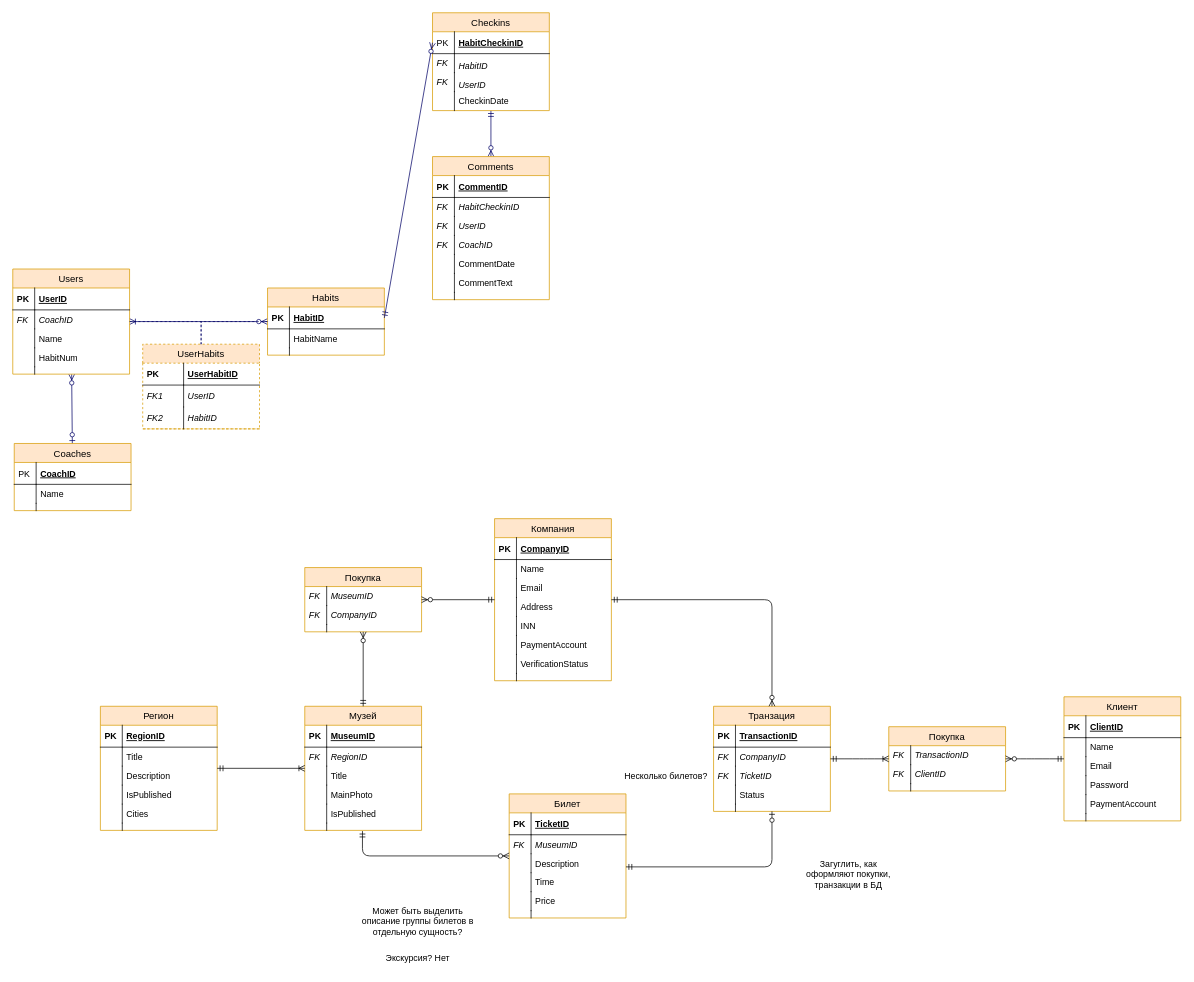
Earlier version of the draw.io diagram LogicalModel.drawio (romanovsavelij/DatabaseCoursePractice). Source tidied: cells renumbered, new cells numbered last; positions are measured from the earlier drawing's top-left corner, leaving out a move shared by most shapes. Both pictures are drawn from the tidied source at 73%, with x=0, y=0 at pixel (12, 12).
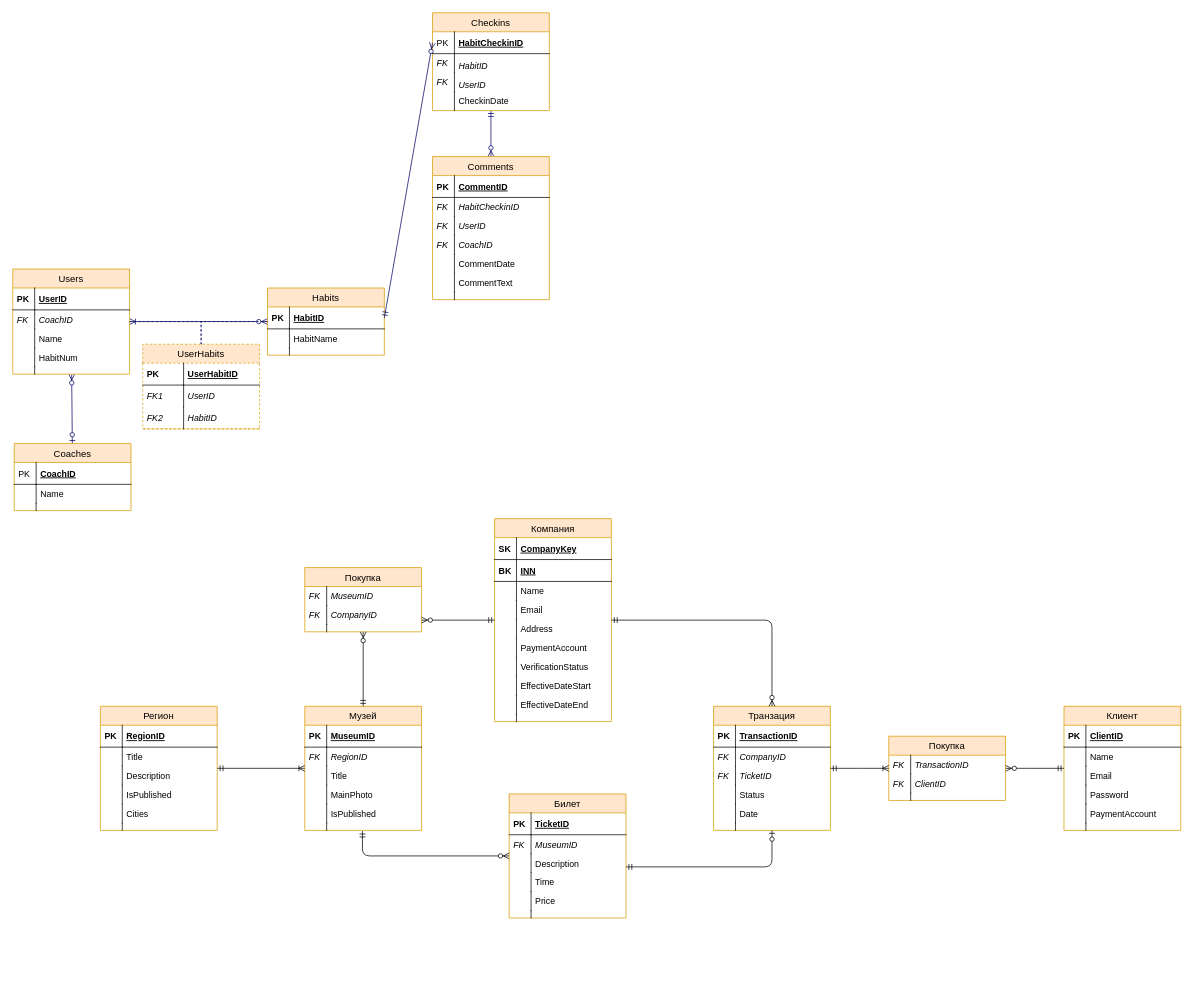
After the change.

What changed in the source:
```diff
@@
     <mxCell id="105" value="Компания" style="swimlane;fontStyle=0;horizontal=1;startSize=26;fillColor=#ffe6cc;swimlaneFillColor=#ffffff;align=center;strokeWidth=1;fontSize=13;strokeColor=#d79b00;" parent="1" vertex="1">
-      <mxGeometry x="660" y="693" width="160" height="222" as="geometry" />
+      <mxGeometry x="660" y="693" width="160" height="278" as="geometry" />
     </mxCell>
+    <mxCell id="171" value="CompanyKey" style="shape=partialRectangle;top=0;left=0;right=0;bottom=1;align=left;verticalAlign=middle;fillColor=none;spacingLeft=34;spacingRight=4;overflow=hidden;fontStyle=5;" parent="105" vertex="1">
+      <mxGeometry y="26" width="160" height="30" as="geometry" />
+    </mxCell>
+    <mxCell id="172" value="SK" style="shape=partialRectangle;top=0;left=0;bottom=0;fillColor=none;align=left;verticalAlign=middle;spacingLeft=4;spacingRight=4;overflow=hidden;fontStyle=1;" parent="171" vertex="1">
+      <mxGeometry width="30" height="30" as="geometry" />
+    </mxCell>
-    <mxCell id="106" value="CompanyID" style="shape=partialRectangle;top=0;left=0;right=0;bottom=1;align=left;verticalAlign=middle;fillColor=none;spacingLeft=34;spacingRight=4;overflow=hidden;fontStyle=5;" parent="105" vertex="1">
-      <mxGeometry y="26" width="160" height="30" as="geometry" />
+    <mxCell id="106" value="INN" style="shape=partialRectangle;top=0;left=0;right=0;bottom=1;align=left;verticalAlign=middle;fillColor=none;spacingLeft=34;spacingRight=4;overflow=hidden;fontStyle=5;" parent="105" vertex="1">
+      <mxGeometry y="56" width="160" height="30" as="geometry" />
     </mxCell>
-    <mxCell id="107" value="PK" style="shape=partialRectangle;top=0;left=0;bottom=0;fillColor=none;align=left;verticalAlign=middle;spacingLeft=4;spacingRight=4;overflow=hidden;fontStyle=1;" parent="106" vertex="1">
+    <mxCell id="107" value="BK" style="shape=partialRectangle;top=0;left=0;bottom=0;fillColor=none;align=left;verticalAlign=middle;spacingLeft=4;spacingRight=4;overflow=hidden;fontStyle=1;" parent="106" vertex="1">
       <mxGeometry width="30" height="30" as="geometry" />
     </mxCell>
     <mxCell id="108" value="Name" style="shape=partialRectangle;top=0;left=0;right=0;bottom=0;align=left;verticalAlign=top;fillColor=none;spacingLeft=34;spacingRight=4;overflow=hidden;" parent="105" vertex="1">
-      <mxGeometry y="56" width="160" height="26" as="geometry" />
+      <mxGeometry y="86" width="160" height="26" as="geometry" />
     </mxCell>
@@
     <mxCell id="110" value="Email" style="shape=partialRectangle;top=0;left=0;right=0;bottom=0;align=left;verticalAlign=top;fillColor=none;spacingLeft=34;spacingRight=4;overflow=hidden;" parent="105" vertex="1">
-      <mxGeometry y="82" width="160" height="26" as="geometry" />
+      <mxGeometry y="112" width="160" height="26" as="geometry" />
     </mxCell>
@@
     <mxCell id="112" value="Address" style="shape=partialRectangle;top=0;left=0;right=0;bottom=0;align=left;verticalAlign=top;fillColor=none;spacingLeft=34;spacingRight=4;overflow=hidden;" parent="105" vertex="1">
-      <mxGeometry y="108" width="160" height="26" as="geometry" />
+      <mxGeometry y="138" width="160" height="26" as="geometry" />
     </mxCell>
@@
-    <mxCell id="114" value="INN" style="shape=partialRectangle;top=0;left=0;right=0;bottom=0;align=left;verticalAlign=top;fillColor=none;spacingLeft=34;spacingRight=4;overflow=hidden;" parent="105" vertex="1">
-      <mxGeometry y="134" width="160" height="26" as="geometry" />
-    </mxCell>
-    <mxCell id="115" style="shape=partialRectangle;top=0;left=0;bottom=0;fillColor=none;align=left;verticalAlign=top;spacingLeft=4;spacingRight=4;overflow=hidden;" parent="114" vertex="1">
-      <mxGeometry width="30" height="26" as="geometry" />
-    </mxCell>
     <mxCell id="116" value="PaymentAccount" style="shape=partialRectangle;top=0;left=0;right=0;bottom=0;align=left;verticalAlign=top;fillColor=none;spacingLeft=34;spacingRight=4;overflow=hidden;" parent="105" vertex="1">
-      <mxGeometry y="160" width="160" height="26" as="geometry" />
+      <mxGeometry y="164" width="160" height="26" as="geometry" />
     </mxCell>
@@
     <mxCell id="118" value="VerificationStatus" style="shape=partialRectangle;top=0;left=0;right=0;bottom=0;align=left;verticalAlign=top;fillColor=none;spacingLeft=34;spacingRight=4;overflow=hidden;" parent="105" vertex="1">
-      <mxGeometry y="186" width="160" height="26" as="geometry" />
+      <mxGeometry y="190" width="160" height="26" as="geometry" />
     </mxCell>
@@
+    <mxCell id="173" value="EffectiveDateStart" style="shape=partialRectangle;top=0;left=0;right=0;bottom=0;align=left;verticalAlign=top;fillColor=none;spacingLeft=34;spacingRight=4;overflow=hidden;" parent="105" vertex="1">
+      <mxGeometry y="216" width="160" height="26" as="geometry" />
+    </mxCell>
+    <mxCell id="174" style="shape=partialRectangle;top=0;left=0;bottom=0;fillColor=none;align=left;verticalAlign=top;spacingLeft=4;spacingRight=4;overflow=hidden;" parent="173" vertex="1">
+      <mxGeometry width="30" height="26" as="geometry" />
+    </mxCell>
+    <mxCell id="175" value="EffectiveDateEnd" style="shape=partialRectangle;top=0;left=0;right=0;bottom=0;align=left;verticalAlign=top;fillColor=none;spacingLeft=34;spacingRight=4;overflow=hidden;" parent="105" vertex="1">
+      <mxGeometry y="242" width="160" height="26" as="geometry" />
+    </mxCell>
+    <mxCell id="176" style="shape=partialRectangle;top=0;left=0;bottom=0;fillColor=none;align=left;verticalAlign=top;spacingLeft=4;spacingRight=4;overflow=hidden;" parent="175" vertex="1">
+      <mxGeometry width="30" height="26" as="geometry" />
+    </mxCell>
     <mxCell id="120" style="shape=partialRectangle;top=0;left=0;right=0;bottom=0;align=left;verticalAlign=top;fillColor=none;spacingLeft=34;spacingRight=4;overflow=hidden;" parent="105" vertex="1">
-      <mxGeometry y="212" width="160" height="10" as="geometry" />
+      <mxGeometry y="268" width="160" height="10" as="geometry" />
     </mxCell>
@@
     <mxCell id="122" value="Транзация" style="swimlane;fontStyle=0;horizontal=1;startSize=26;fillColor=#ffe6cc;swimlaneFillColor=#ffffff;align=center;strokeWidth=1;fontSize=13;strokeColor=#d79b00;" parent="1" vertex="1">
-      <mxGeometry x="960" y="950" width="160" height="144" as="geometry" />
+      <mxGeometry x="960" y="950" width="160" height="170" as="geometry" />
     </mxCell>
@@
+    <mxCell id="177" value="Date" style="shape=partialRectangle;top=0;left=0;right=0;bottom=0;align=left;verticalAlign=top;fillColor=none;spacingLeft=34;spacingRight=4;overflow=hidden;" parent="122" vertex="1">
+      <mxGeometry y="134" width="160" height="26" as="geometry" />
+    </mxCell>
+    <mxCell id="178" style="shape=partialRectangle;top=0;left=0;bottom=0;fillColor=none;align=left;verticalAlign=top;spacingLeft=4;spacingRight=4;overflow=hidden;" parent="177" vertex="1">
+      <mxGeometry width="30" height="26" as="geometry" />
+    </mxCell>
     <mxCell id="131" style="shape=partialRectangle;top=0;left=0;right=0;bottom=0;align=left;verticalAlign=top;fillColor=none;spacingLeft=34;spacingRight=4;overflow=hidden;" parent="122" vertex="1">
-      <mxGeometry y="134" width="160" height="10" as="geometry" />
+      <mxGeometry y="160" width="160" height="10" as="geometry" />
     </mxCell>
@@
     <mxCell id="133" value="Клиент" style="swimlane;fontStyle=0;horizontal=1;startSize=26;fillColor=#ffe6cc;swimlaneFillColor=#ffffff;align=center;strokeWidth=1;fontSize=13;strokeColor=#d79b00;" parent="1" vertex="1">
-      <mxGeometry x="1440" y="937" width="160" height="170" as="geometry" />
+      <mxGeometry x="1440" y="950" width="160" height="170" as="geometry" />
     </mxCell>
@@
     <mxCell id="149" value="Покупка" style="swimlane;fontStyle=0;horizontal=1;startSize=26;fillColor=#ffe6cc;swimlaneFillColor=#ffffff;align=center;strokeWidth=1;fontSize=13;strokeColor=#d79b00;" parent="1" vertex="1">
-      <mxGeometry x="1200" y="978" width="160" height="88" as="geometry" />
+      <mxGeometry x="1200" y="991" width="160" height="88" as="geometry" />
     </mxCell>
@@
-    <mxCell id="167" value="Может быть выделить описание группы билетов в отдельную сущность?" style="text;html=1;strokeColor=none;fillColor=none;align=center;verticalAlign=middle;whiteSpace=wrap;rounded=0;" parent="1" vertex="1">
-      <mxGeometry x="470" y="1210" width="170" height="70" as="geometry" />
-    </mxCell>
-    <mxCell id="168" value="Несколько билетов?" style="text;html=1;strokeColor=none;fillColor=none;align=center;verticalAlign=middle;whiteSpace=wrap;rounded=0;" parent="1" vertex="1">
-      <mxGeometry x="830" y="1026" width="130" height="40" as="geometry" />
-    </mxCell>
-    <mxCell id="169" value="Загуглить, как оформляют покупки, транзакции в БД" style="text;html=1;strokeColor=none;fillColor=none;align=center;verticalAlign=middle;whiteSpace=wrap;rounded=0;" parent="1" vertex="1">
-      <mxGeometry x="1080" y="1160" width="130" height="40" as="geometry" />
-    </mxCell>
-    <mxCell id="170" value="Экскурсия? Нет" style="text;html=1;strokeColor=none;fillColor=none;align=center;verticalAlign=middle;whiteSpace=wrap;rounded=0;" parent="1" vertex="1">
-      <mxGeometry x="510" y="1280" width="90" height="30" as="geometry" />
-    </mxCell>
```
